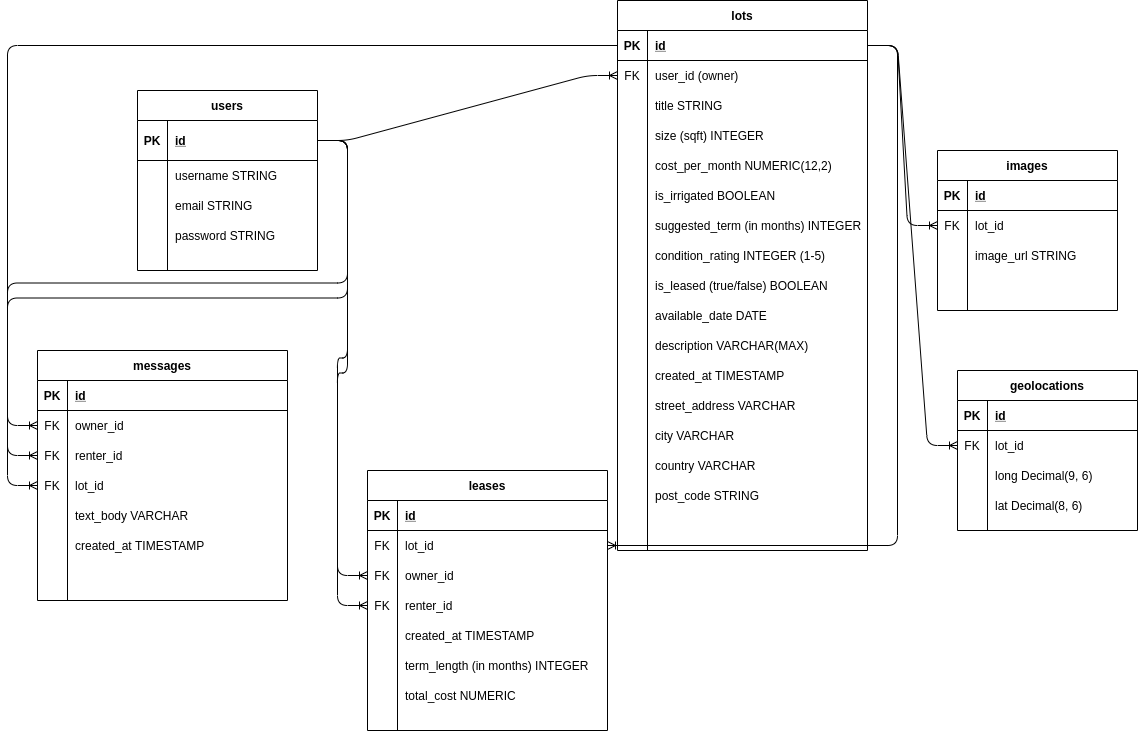
Earlier version of the draw.io export docs/final-erb.png (jyxgao/regeneroot). Source tidied: cells renumbered, new cells last; positions are measured from the earlier drawing's top-left corner, leaving out a move shared by most shapes.
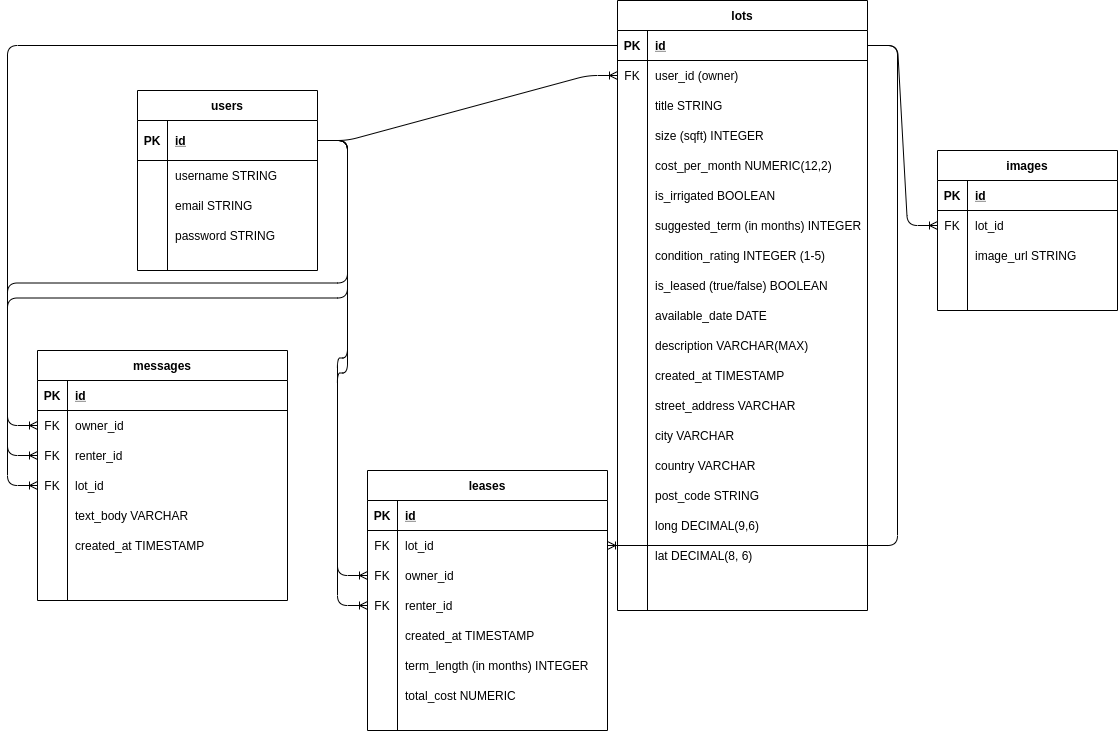
The same diagram one commit later.

Change to the diagram source:
```diff
@@ -18,7 +18,7 @@
       <mxGeometry relative="1" as="geometry" />
     </mxCell>
     <mxCell id="7" value="lots" style="shape=table;startSize=30;rowLines=0;fontStyle=1;align=center;" parent="1" vertex="1">
-      <mxGeometry x="580" width="250" height="550" as="geometry" />
+      <mxGeometry x="580" width="250" height="610" as="geometry" />
     </mxCell>
     <mxCell id="8" style="shape=partialRectangle;fillColor=none;points=[[0,0.5],[1,0.5]];portConstraint=eastwest;top=0;left=0;right=0;bottom=1;" parent="7" vertex="1">
       <mxGeometry y="30" width="250" height="30" as="geometry" />
@@ -164,6 +164,24 @@
     <mxCell id="55" value="post_code STRING" style="shape=partialRectangle;overflow=hidden;fillColor=none;top=0;left=0;bottom=0;right=0;align=left;spacingLeft=6;" parent="53" vertex="1">
       <mxGeometry x="30" width="220" height="30" as="geometry" />
     </mxCell>
+    <mxCell id="143" style="shape=partialRectangle;fillColor=none;top=0;left=0;right=0;bottom=0;" parent="7" vertex="1">
+      <mxGeometry y="510" width="250" height="30" as="geometry" />
+    </mxCell>
+    <mxCell id="144" style="shape=partialRectangle;overflow=hidden;fillColor=none;top=0;left=0;bottom=0;right=0;" parent="143" vertex="1">
+      <mxGeometry width="30" height="30" as="geometry" />
+    </mxCell>
+    <mxCell id="145" value="long DECIMAL(9,6)" style="shape=partialRectangle;overflow=hidden;fillColor=none;top=0;left=0;bottom=0;right=0;align=left;spacingLeft=6;" parent="143" vertex="1">
+      <mxGeometry x="30" width="220" height="30" as="geometry" />
+    </mxCell>
+    <mxCell id="146" style="shape=partialRectangle;fillColor=none;top=0;left=0;right=0;bottom=0;" parent="7" vertex="1">
+      <mxGeometry y="540" width="250" height="30" as="geometry" />
+    </mxCell>
+    <mxCell id="147" style="shape=partialRectangle;overflow=hidden;fillColor=none;top=0;left=0;bottom=0;right=0;" parent="146" vertex="1">
+      <mxGeometry width="30" height="30" as="geometry" />
+    </mxCell>
+    <mxCell id="148" value="lat DECIMAL(8, 6)" style="shape=partialRectangle;overflow=hidden;fillColor=none;top=0;left=0;bottom=0;right=0;align=left;spacingLeft=6;" parent="146" vertex="1">
+      <mxGeometry x="30" width="220" height="30" as="geometry" />
+    </mxCell>
     <mxCell id="56" value="images" style="shape=table;startSize=30;rowLines=0;fontStyle=1;align=center;" parent="1" vertex="1">
       <mxGeometry x="900" y="150" width="180" height="160" as="geometry" />
     </mxCell>
@@ -385,47 +403,5 @@
     <mxCell id="128" style="shape=partialRectangle;overflow=hidden;fillColor=none;top=0;left=0;bottom=0;right=0;align=left;spacingLeft=6;" parent="126" vertex="1">
       <mxGeometry x="30" width="220" height="30" as="geometry" />
     </mxCell>
-    <mxCell id="129" style="edgeStyle=entityRelationEdgeStyle;fontSize=12;html=1;endArrow=ERoneToMany;entryX=0;entryY=0.5;entryDx=0;entryDy=0;exitX=1;exitY=0.5;exitDx=0;exitDy=0;" parent="1" edge="1" source="8" target="134">
-      <mxGeometry relative="1" as="geometry" />
-    </mxCell>
-    <mxCell id="130" value="geolocations" style="shape=table;startSize=30;rowLines=0;fontStyle=1;align=center;" parent="1" vertex="1">
-      <mxGeometry x="920" y="370" width="180" height="160" as="geometry" />
-    </mxCell>
-    <mxCell id="131" style="shape=partialRectangle;fillColor=none;top=0;left=0;bottom=1;right=0;" parent="130" vertex="1">
-      <mxGeometry y="30" width="180" height="30" as="geometry" />
-    </mxCell>
-    <mxCell id="132" value="PK" style="shape=partialRectangle;fillColor=none;top=0;left=0;bottom=0;right=0;fontStyle=1;overflow=hidden;" parent="131" vertex="1">
-      <mxGeometry width="30" height="30" as="geometry" />
-    </mxCell>
-    <mxCell id="133" value="id" style="shape=partialRectangle;fillColor=none;top=0;left=0;bottom=0;right=0;align=left;spacingLeft=6;fontStyle=5;overflow=hidden;" parent="131" vertex="1">
-      <mxGeometry x="30" width="150" height="30" as="geometry" />
-    </mxCell>
-    <mxCell id="134" style="shape=partialRectangle;fillColor=none;top=0;left=0;bottom=0;right=0;points=[[0,0.5],[1,0.5]];portConstraint=eastwest;" parent="130" vertex="1">
-      <mxGeometry y="60" width="180" height="30" as="geometry" />
-    </mxCell>
-    <mxCell id="135" value="FK" style="shape=partialRectangle;fillColor=none;top=0;left=0;bottom=0;right=0;overflow=hidden;" parent="134" vertex="1">
-      <mxGeometry width="30" height="30" as="geometry" />
-    </mxCell>
-    <mxCell id="136" value="lot_id" style="shape=partialRectangle;fillColor=none;top=0;left=0;bottom=0;right=0;align=left;spacingLeft=6;overflow=hidden;" parent="134" vertex="1">
-      <mxGeometry x="30" width="150" height="30" as="geometry" />
-    </mxCell>
-    <mxCell id="137" style="shape=partialRectangle;fillColor=none;top=0;left=0;bottom=0;right=0;" parent="130" vertex="1">
-      <mxGeometry y="90" width="180" height="30" as="geometry" />
-    </mxCell>
-    <mxCell id="138" style="shape=partialRectangle;fillColor=none;top=0;left=0;bottom=0;right=0;overflow=hidden;" parent="137" vertex="1">
-      <mxGeometry width="30" height="30" as="geometry" />
-    </mxCell>
-    <mxCell id="139" value="long Decimal(9, 6)" style="shape=partialRectangle;fillColor=none;top=0;left=0;bottom=0;right=0;align=left;spacingLeft=6;overflow=hidden;" parent="137" vertex="1">
-      <mxGeometry x="30" width="150" height="30" as="geometry" />
-    </mxCell>
-    <mxCell id="140" style="shape=partialRectangle;fillColor=none;top=0;left=0;bottom=0;right=0;" parent="130" vertex="1">
-      <mxGeometry y="120" width="180" height="30" as="geometry" />
-    </mxCell>
-    <mxCell id="141" style="shape=partialRectangle;fillColor=none;top=0;left=0;bottom=0;right=0;overflow=hidden;" parent="140" vertex="1">
-      <mxGeometry width="30" height="30" as="geometry" />
-    </mxCell>
-    <mxCell id="142" value="lat Decimal(8, 6)" style="shape=partialRectangle;fillColor=none;top=0;left=0;bottom=0;right=0;align=left;spacingLeft=6;overflow=hidden;" parent="140" vertex="1">
-      <mxGeometry x="30" width="150" height="30" as="geometry" />
-    </mxCell>
   </root>
 </mxGraphModel>
```
